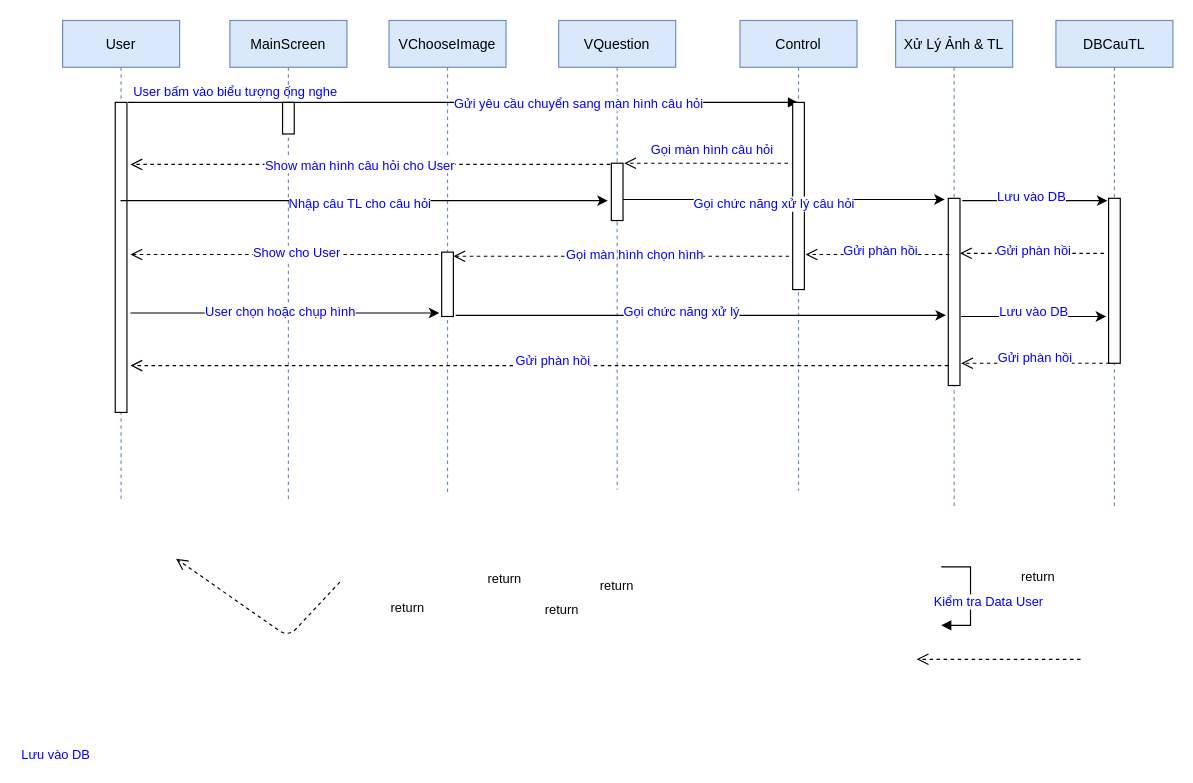
philong97/diagram keeps this draw.io diagram as page "Page-1" (1 of 2) of Untitled Diagram.drawio. Above is the earlier version. Source tidied: cells renumbered, new cells numbered last; positions are measured from the earlier drawing's top-left corner, leaving out a move shared by most shapes. Both pictures are drawn from the tidied source at 117%, with x=0, y=0 at pixel (62, 20).
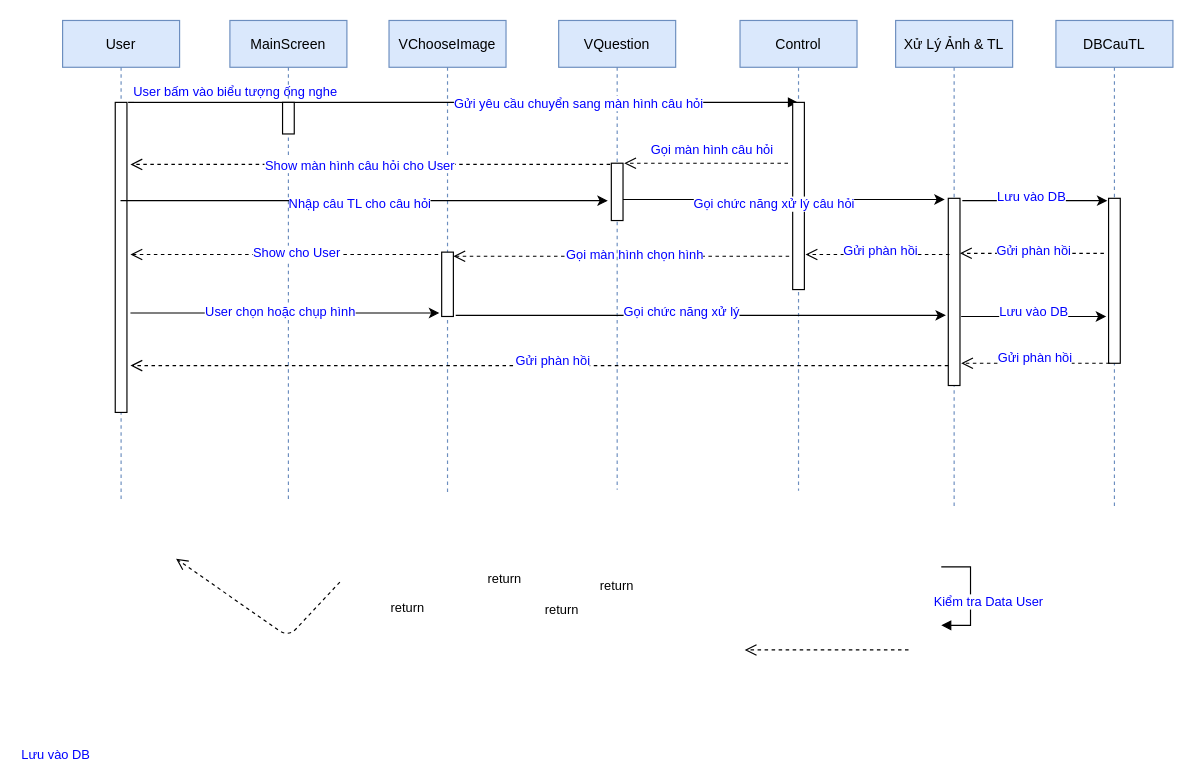
The same diagram, later.

Change to the diagram source:
```diff
@@
-    <mxCell id="38" value="return" style="verticalAlign=bottom;endArrow=open;dashed=1;endSize=8;shadow=0;strokeWidth=1;" parent="1" edge="1">
-      <mxGeometry x="-0.48" y="-61" relative="1" as="geometry">
-        <mxPoint x="870" y="546" as="sourcePoint" />
-        <mxPoint x="730" y="546" as="targetPoint" />
+    <mxCell id="38" style="verticalAlign=bottom;endArrow=open;dashed=1;endSize=8;shadow=0;strokeWidth=1;" parent="1" edge="1">
+      <mxGeometry x="1" y="-191" relative="1" as="geometry">
+        <mxPoint x="723" y="538" as="sourcePoint" />
+        <mxPoint x="583" y="538" as="targetPoint" />
+        <mxPoint x="-169" y="102" as="offset" />
       </mxGeometry>
     </mxCell>
```
